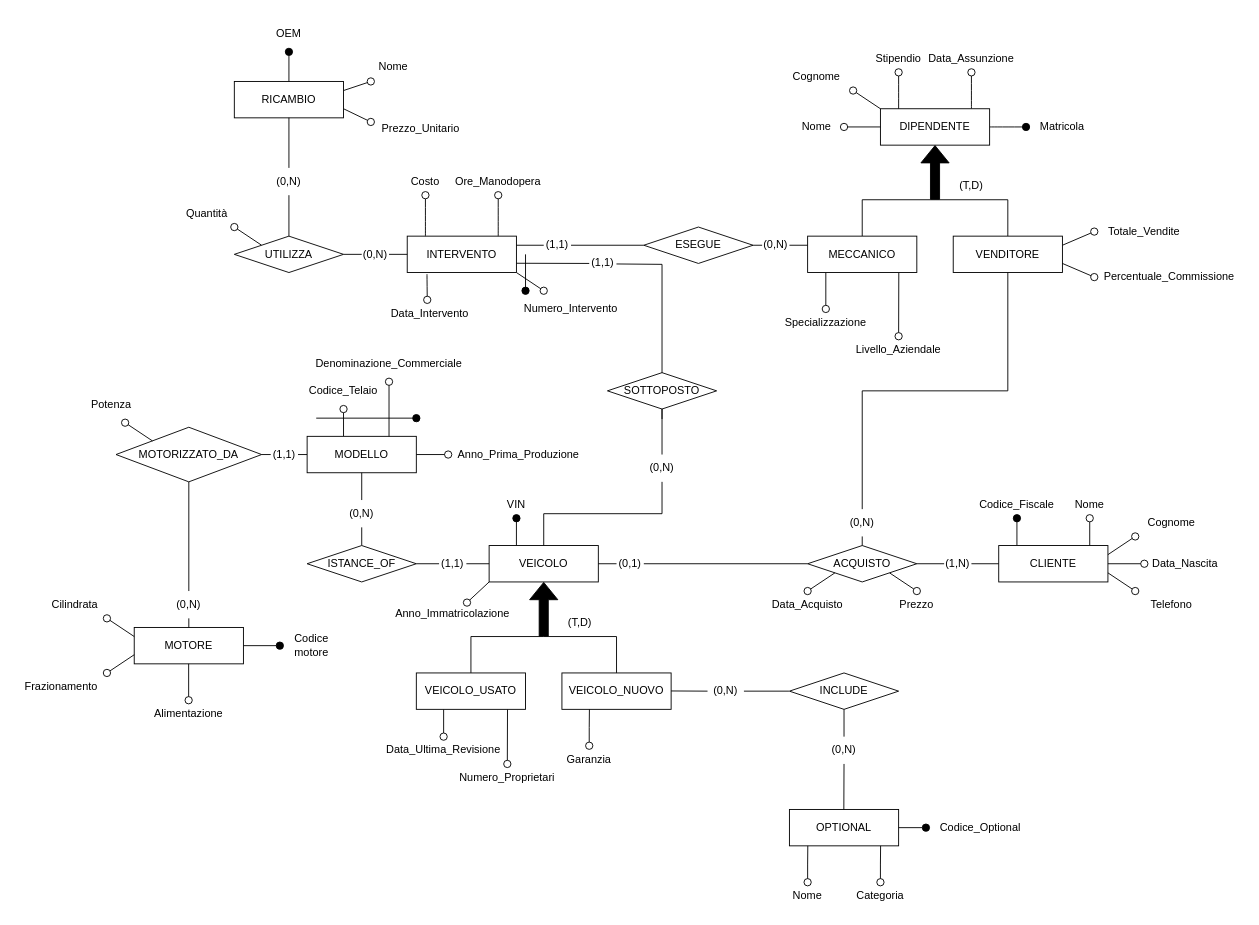
Above: Schemi ER/Schema ER.drawio in Ahwrs/ProgettoBasi (draw.io), before the change. Source tidied: cells renumbered, new cells numbered last; positions are measured from the earlier drawing's top-left corner, leaving out a move shared by most shapes. Both pictures are drawn from the tidied source at 91%, with x=0, y=0 at pixel (15, 15).
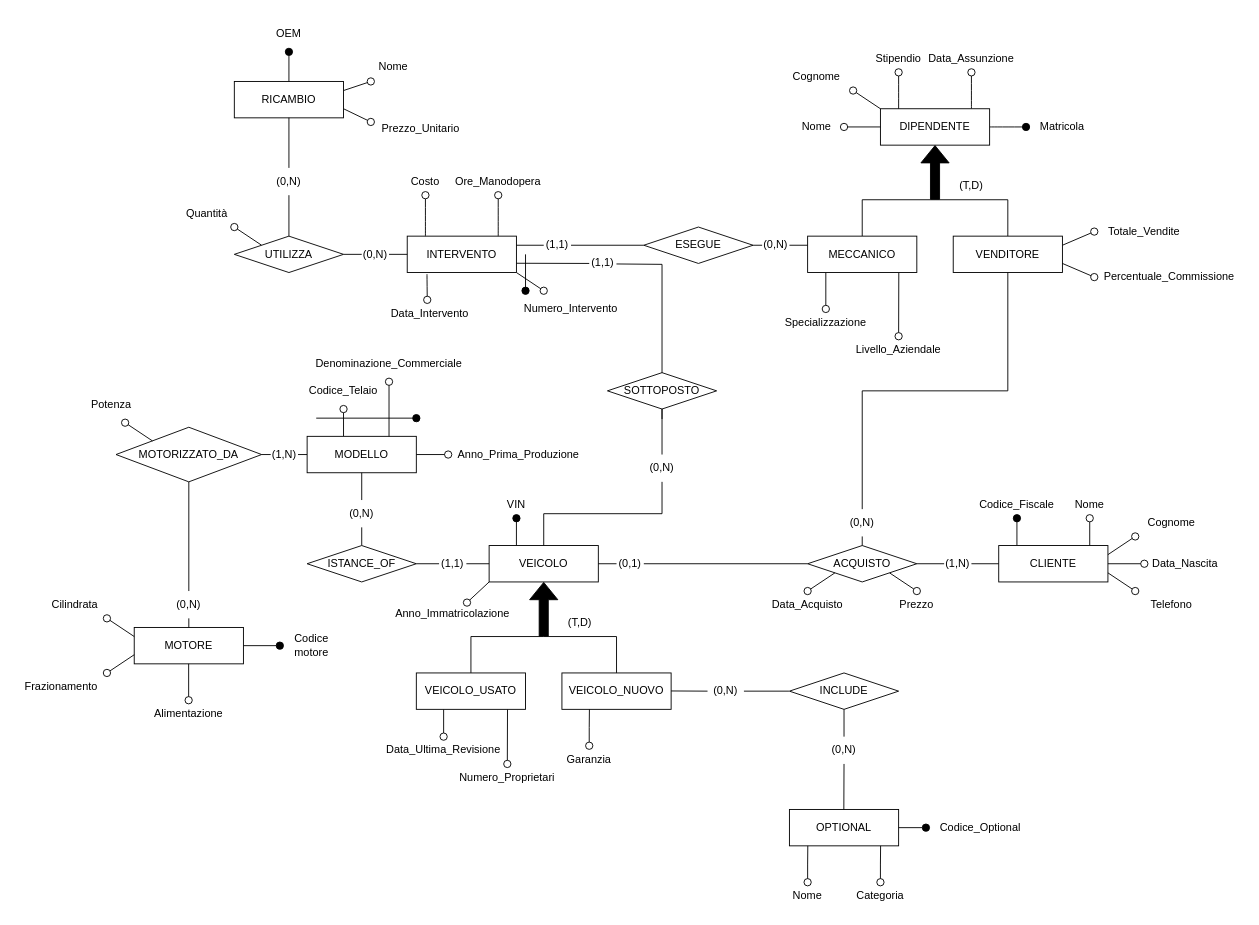
Above is the later version.

Commit message:
Cambio di cardinalità su Motorizzato_Da

The edit, as a diff of the source:
```diff
@@
-    <mxCell id="117" value="(1,1)" style="text;html=1;whiteSpace=wrap;strokeColor=none;fillColor=none;align=center;verticalAlign=middle;rounded=0;" parent="1" vertex="1">
+    <mxCell id="117" value="(1,N)" style="text;html=1;whiteSpace=wrap;strokeColor=none;fillColor=none;align=center;verticalAlign=middle;rounded=0;" parent="1" vertex="1">
       <mxGeometry x="280" y="467" width="30" height="30" as="geometry" />
     </mxCell>
```
